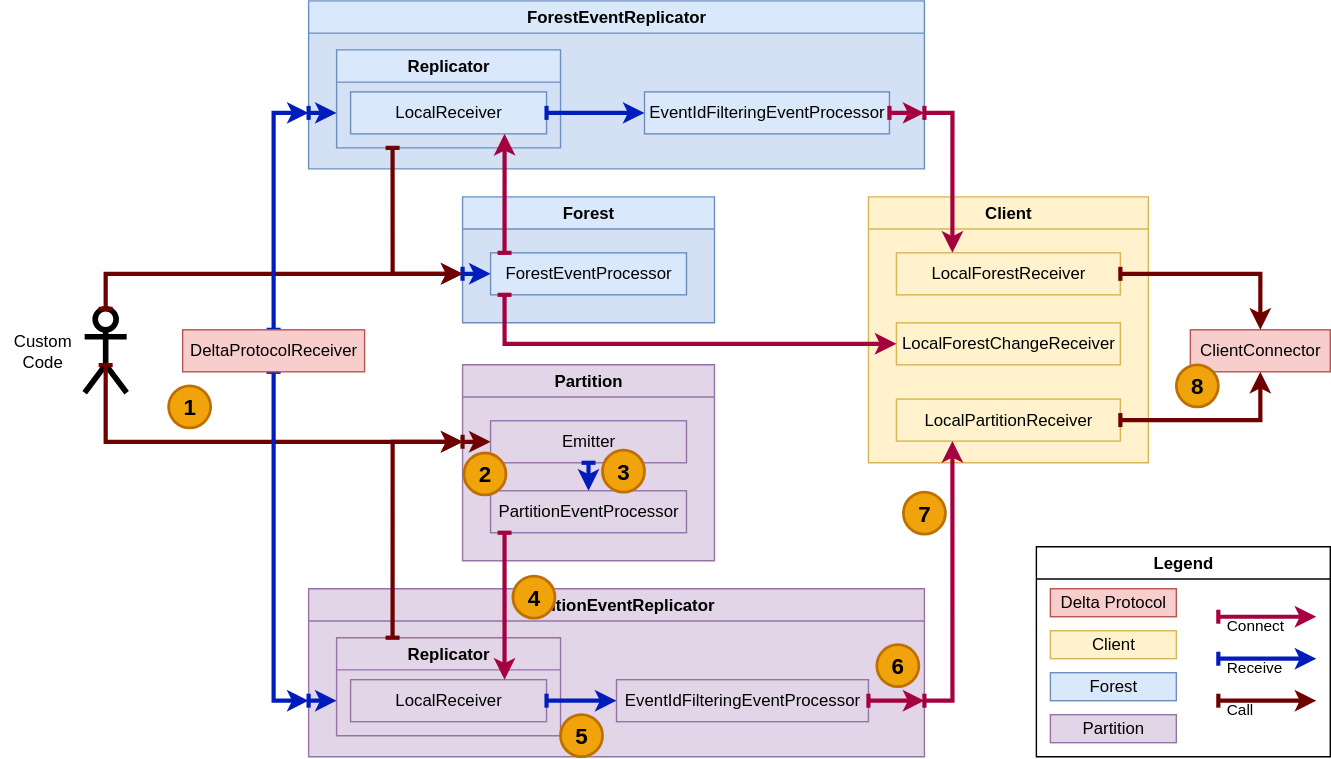
The draw.io diagram docs/processors-localSteps.drawio.svg in LionWeb-io/lionweb-csharp, before a commit. Source tidied: cells renumbered, new cells last; positions are measured from the earlier drawing's top-left corner, leaving out a move shared by most shapes.
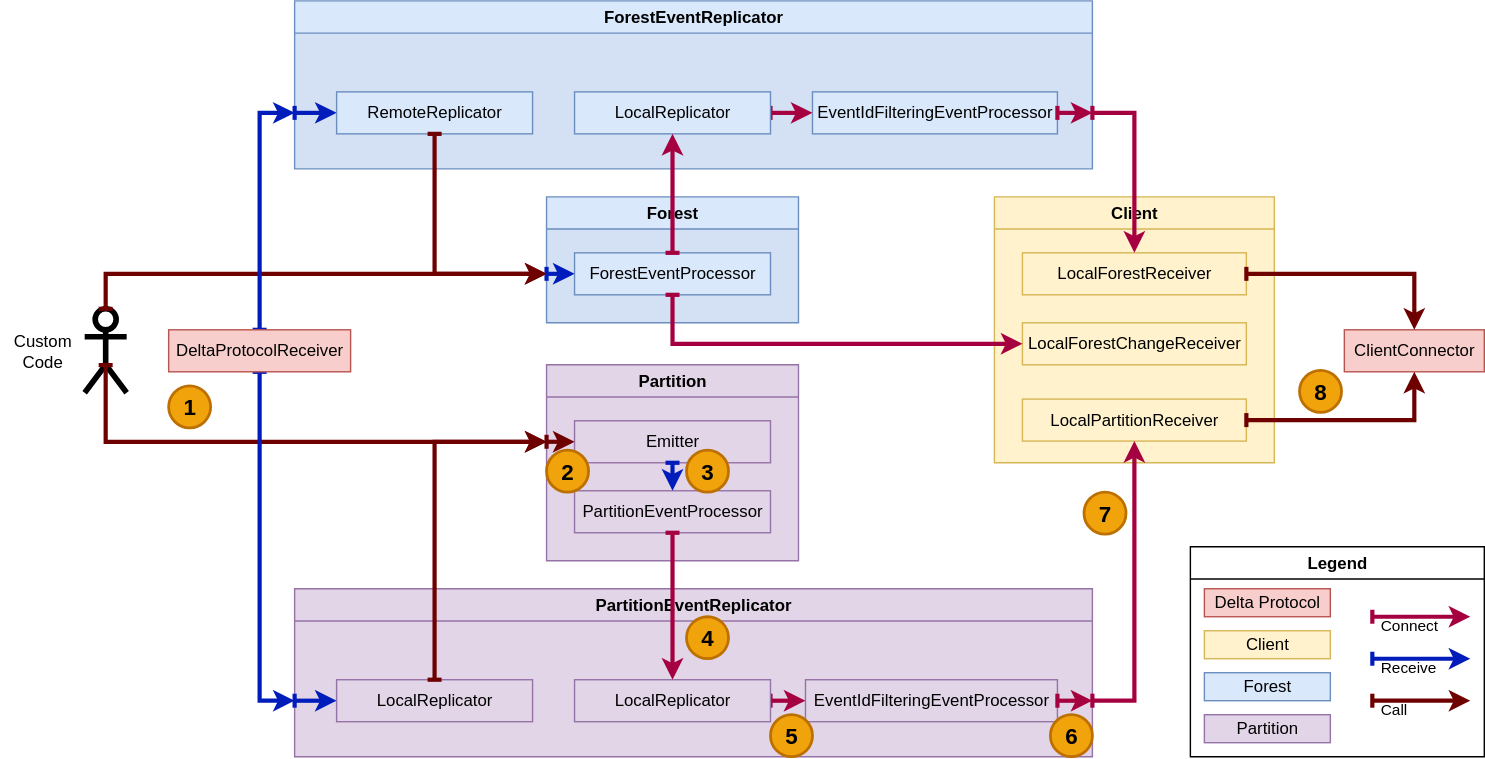
The same file after the commit.

What changed in the source:
```diff
@@ -28,32 +28,27 @@
     <mxCell id="7" value="&lt;div&gt;DeltaProtocolReceiver&lt;/div&gt;" style="rounded=0;whiteSpace=wrap;html=1;fillColor=#f8cecc;strokeColor=#b85450;" parent="1" vertex="1">
-      <mxGeometry x="130" y="235" width="130" height="30" as="geometry" />
+      <mxGeometry x="120" y="235" width="130" height="30" as="geometry" />
     </mxCell>
     <mxCell id="8" value="ForestEventReplicator" style="swimlane;whiteSpace=wrap;html=1;points=[[0,0,0,0,0],[0,0.25,0,0,0],[0,0.5,0,0,0],[0,1,0,0,-40],[0,1,0,0,0],[0.25,0,0,0,0],[0.25,1,0,0,0],[0.5,0,0,0,0],[0.5,1,0,0,0],[0.75,0,0,0,0],[0.75,1,0,0,0],[1,0,0,0,0],[1,0.25,0,0,0],[1,0.5,0,0,0],[1,1,0,0,-40],[1,1,0,0,0]];fillColor=#dae8fc;strokeColor=#6c8ebf;swimlaneFillColor=#D4E1F5;" parent="1" vertex="1">
-      <mxGeometry x="220" width="440" height="120" as="geometry" />
+      <mxGeometry x="210" width="570" height="120" as="geometry" />
     </mxCell>
-    <mxCell id="9" value="Replicator" style="swimlane;whiteSpace=wrap;html=1;points=[[0,0,0,0,0],[0,0.25,0,0,0],[0,0.5,0,0,0],[0,1,0,0,-25],[0,1,0,0,0],[0,1,0,40,0],[0.25,0,0,0,0],[0.5,0,0,0,0],[0.5,1,0,0,0],[0.75,0,0,0,0],[0.75,1,0,0,0],[1,0,0,0,0],[1,0.25,0,0,0],[1,0.5,0,0,0],[1,0.75,0,0,0],[1,1,0,0,0]];fillColor=#dae8fc;strokeColor=#6c8ebf;gradientColor=none;swimlaneFillColor=#D4E1F5;" parent="8" vertex="1">
-      <mxGeometry x="20" y="35" width="160" height="70" as="geometry" />
-    </mxCell>
-    <mxCell id="10" value="LocalReceiver" style="rounded=0;whiteSpace=wrap;html=1;points=[[0,0,0,0,0],[0,0.25,0,0,0],[0,0.5,0,0,0],[0,0.75,0,0,0],[0,1,0,0,0],[0.25,0,0,0,0],[0.25,1,0,0,0],[0.5,0,0,0,0],[0.5,1,0,0,0],[0.75,0,0,0,0],[1,0,0,0,0],[1,0.25,0,0,0],[1,0.5,0,0,0],[1,0.75,0,0,0],[1,1,0,-30,0],[1,1,0,0,0]];fillColor=#dae8fc;strokeColor=#6c8ebf;" parent="9" vertex="1">
-      <mxGeometry x="10" y="30" width="140" height="30" as="geometry" />
-    </mxCell>
     <mxCell id="11" value="EventIdFilteringEventProcessor" style="rounded=0;whiteSpace=wrap;html=1;fillColor=#dae8fc;strokeColor=#6c8ebf;" parent="8" vertex="1">
-      <mxGeometry x="240" y="65" width="175" height="30" as="geometry" />
+      <mxGeometry x="370" y="65" width="175" height="30" as="geometry" />
     </mxCell>
-    <mxCell id="12" style="edgeStyle=orthogonalEdgeStyle;rounded=0;jettySize=auto;html=1;exitX=0;exitY=1;exitDx=0;exitDy=-40;entryX=0;entryY=1;entryDx=0;entryDy=-25;fillColor=#0050ef;strokeColor=#001DBC;entryPerimeter=0;exitPerimeter=0;strokeWidth=3;startArrow=baseDash;startFill=0;" parent="8" edge="1" source="8" target="9">
+    <mxCell id="12" style="edgeStyle=orthogonalEdgeStyle;rounded=0;jettySize=auto;html=1;exitX=0;exitY=1;exitDx=0;exitDy=-40;entryX=0;entryY=0.5;entryDx=0;entryDy=0;fillColor=#0050ef;strokeColor=#001DBC;entryPerimeter=0;exitPerimeter=0;strokeWidth=3;startArrow=baseDash;startFill=0;" parent="8" edge="1" source="8" target="62">
       <mxGeometry relative="1" as="geometry" />
     </mxCell>
+    <mxCell id="14" style="rounded=0;jettySize=auto;html=1;fillColor=#d80073;strokeColor=#A50040;exitX=1;exitY=0.5;exitDx=0;exitDy=0;strokeWidth=3;startArrow=baseDash;startFill=0;entryX=1;entryY=1;entryDx=0;entryDy=-40;entryPerimeter=0;" parent="8" edge="1" source="11" target="8">
+      <mxGeometry relative="1" as="geometry" />
+    </mxCell>
-    <mxCell id="13" style="edgeStyle=orthogonalEdgeStyle;rounded=0;jettySize=auto;html=1;entryX=0;entryY=0.5;entryDx=0;entryDy=0;fillColor=#0050ef;strokeColor=#001DBC;exitX=1;exitY=0.5;exitDx=0;exitDy=0;strokeWidth=3;startArrow=baseDash;startFill=0;" parent="8" edge="1" source="10" target="11">
+    <mxCell id="13" style="rounded=0;jettySize=auto;html=1;fillColor=#d80073;strokeColor=#A50040;entryX=0;entryY=0.5;entryDx=0;entryDy=0;strokeWidth=3;startArrow=baseDash;startFill=0;exitX=1;exitY=0.5;exitDx=0;exitDy=0;exitPerimeter=0;" parent="8" edge="1" source="10" target="11">
       <mxGeometry relative="1" as="geometry" />
     </mxCell>
-    <mxCell id="14" style="edgeStyle=orthogonalEdgeStyle;rounded=0;jettySize=auto;html=1;fillColor=#d80073;strokeColor=#A50040;exitX=1;exitY=0.5;exitDx=0;exitDy=0;entryX=1;entryY=1;entryDx=0;entryDy=-40;entryPerimeter=0;strokeWidth=3;startArrow=baseDash;startFill=0;" parent="8" edge="1" source="11" target="8">
-      <mxGeometry relative="1" as="geometry">
-        <Array as="points">
-          <mxPoint x="430" y="80" />
-          <mxPoint x="430" y="80" />
-        </Array>
-      </mxGeometry>
-    </mxCell>
+    <mxCell id="10" value="LocalReplicator" style="rounded=0;whiteSpace=wrap;html=1;points=[[0,0,0,0,0],[0,0.25,0,0,0],[0,0.5,0,0,0],[0,0.75,0,0,0],[0,1,0,0,0],[0.25,0,0,0,0],[0.25,1,0,0,0],[0.5,0,0,0,0],[0.5,1,0,0,0],[0.75,0,0,0,0],[1,0,0,0,0],[1,0.25,0,0,0],[1,0.5,0,0,0],[1,0.75,0,0,0],[1,1,0,-30,0],[1,1,0,0,0]];fillColor=#dae8fc;strokeColor=#6c8ebf;" parent="8" vertex="1">
+      <mxGeometry x="200" y="65" width="140" height="30" as="geometry" />
+    </mxCell>
+    <mxCell id="62" value="RemoteReplicator" style="rounded=0;whiteSpace=wrap;html=1;points=[[0,0,0,0,0],[0,0.25,0,0,0],[0,0.5,0,0,0],[0,0.75,0,0,0],[0,1,0,0,0],[0.25,0,0,0,0],[0.25,1,0,0,0],[0.5,0,0,0,0],[0.5,1,0,0,0],[0.75,0,0,0,0],[1,0,0,0,0],[1,0.25,0,0,0],[1,0.5,0,0,0],[1,0.75,0,0,0],[1,1,0,-30,0],[1,1,0,0,0]];fillColor=#dae8fc;strokeColor=#6c8ebf;" parent="8" vertex="1">
+      <mxGeometry x="30" y="65" width="140" height="30" as="geometry" />
+    </mxCell>
     <mxCell id="15" value="Forest" style="swimlane;whiteSpace=wrap;html=1;points=[[0,0,0,0,0],[0,0.25,0,0,0],[0,0.5,0,0,0],[0,1,0,0,-35],[0,1,0,0,0],[0.25,0,0,0,0],[0.25,1,0,0,0],[0.5,0,0,0,0],[0.5,1,0,0,0],[0.75,0,0,0,0],[0.75,1,0,0,0],[1,0,0,0,0],[1,0.25,0,0,0],[1,0.5,0,0,0],[1,0.75,0,0,0],[1,1,0,0,0]];fillColor=#dae8fc;strokeColor=#6c8ebf;swimlaneFillColor=#D4E1F5;" parent="1" vertex="1">
-      <mxGeometry x="330" y="140" width="180" height="90" as="geometry" />
+      <mxGeometry x="390" y="140" width="180" height="90" as="geometry" />
     </mxCell>
@@ -71,35 +66,24 @@
     <mxCell id="18" value="PartitionEventReplicator" style="swimlane;whiteSpace=wrap;html=1;points=[[0,0,0,0,0],[0,0.25,0,0,0],[0,0.5,0,0,0],[0,1,0,0,-40],[0,1,0,0,0],[0.25,0,0,0,0],[0.25,1,0,0,0],[0.5,0,0,0,0],[0.5,1,0,0,0],[0.75,0,0,0,0],[0.75,1,0,0,0],[1,0,0,0,0],[1,0.25,0,0,0],[1,0.5,0,0,0],[1,1,0,0,-40],[1,1,0,0,0]];fillColor=#e1d5e7;strokeColor=#9673a6;swimlaneFillColor=#E1D5E7;" parent="1" vertex="1">
-      <mxGeometry x="220" y="420" width="440" height="120" as="geometry" />
+      <mxGeometry x="210" y="420" width="570" height="120" as="geometry" />
     </mxCell>
-    <mxCell id="19" value="Replicator" style="swimlane;whiteSpace=wrap;html=1;points=[[0,0,0,0,0],[0,0.25,0,0,0],[0,0.5,0,0,0],[0,1,0,0,-25],[0,1,0,0,0],[0.25,0,0,0,0],[0.25,1,0,0,0],[0.5,0,0,0,0],[0.5,1,0,0,0],[0.75,0,0,0,0],[0.75,1,0,0,0],[1,0,0,0,0],[1,0.25,0,0,0],[1,0.5,0,0,0],[1,0.75,0,0,0],[1,1,0,0,0]];fillColor=#e1d5e7;strokeColor=#9673a6;swimlaneFillColor=#E1D5E7;" parent="18" vertex="1">
-      <mxGeometry x="20" y="35" width="160" height="70" as="geometry" />
-    </mxCell>
-    <mxCell id="20" value="LocalReceiver" style="rounded=0;whiteSpace=wrap;html=1;points=[[0,0,0,0,0],[0,0.25,0,0,0],[0,0.5,0,0,0],[0,0.75,0,0,0],[0,1,0,0,0],[0.25,0,0,0,0],[0.25,1,0,0,0],[0.5,0,0,0,0],[0.5,1,0,0,0],[0.75,1,0,0,0],[1,0,0,-30,0],[1,0,0,0,0],[1,0.25,0,0,0],[1,0.5,0,0,0],[1,0.75,0,0,0],[1,1,0,0,0]];fillColor=#e1d5e7;strokeColor=#9673a6;" parent="19" vertex="1">
-      <mxGeometry x="10" y="30" width="140" height="30" as="geometry" />
-    </mxCell>
     <mxCell id="21" value="EventIdFilteringEventProcessor" style="rounded=0;whiteSpace=wrap;html=1;fillColor=#e1d5e7;strokeColor=#9673a6;" parent="18" vertex="1">
-      <mxGeometry x="220" y="65" width="180" height="30" as="geometry" />
+      <mxGeometry x="365" y="65" width="180" height="30" as="geometry" />
     </mxCell>
-    <mxCell id="22" style="edgeStyle=orthogonalEdgeStyle;rounded=0;jettySize=auto;html=1;exitX=0;exitY=1;exitDx=0;exitDy=-40;entryX=0;entryY=1;entryDx=0;entryDy=-25;fillColor=#0050ef;strokeColor=#001DBC;exitPerimeter=0;entryPerimeter=0;strokeWidth=3;startArrow=baseDash;startFill=0;" parent="18" edge="1" source="18" target="19">
-      <mxGeometry relative="1" as="geometry">
-        <Array as="points">
-          <mxPoint x="10" y="80" />
-          <mxPoint x="10" y="80" />
-        </Array>
-      </mxGeometry>
+    <mxCell id="22" style="edgeStyle=orthogonalEdgeStyle;rounded=0;jettySize=auto;html=1;exitX=0;exitY=1;exitDx=0;exitDy=-40;entryX=0;entryY=0.5;entryDx=0;entryDy=0;fillColor=#0050ef;strokeColor=#001DBC;exitPerimeter=0;entryPerimeter=0;strokeWidth=3;startArrow=baseDash;startFill=0;" parent="18" edge="1" source="18" target="63">
+      <mxGeometry relative="1" as="geometry" />
     </mxCell>
+    <mxCell id="24" style="rounded=0;jettySize=auto;html=1;fillColor=#d80073;strokeColor=#A50040;exitX=1;exitY=0.5;exitDx=0;exitDy=0;strokeWidth=3;startArrow=baseDash;startFill=0;entryX=1;entryY=1;entryDx=0;entryDy=-40;entryPerimeter=0;" parent="18" edge="1" source="21" target="18">
+      <mxGeometry relative="1" as="geometry" />
+    </mxCell>
-    <mxCell id="23" style="edgeStyle=orthogonalEdgeStyle;rounded=0;jettySize=auto;html=1;entryX=0;entryY=0.5;entryDx=0;entryDy=0;fillColor=#0050ef;strokeColor=#001DBC;exitX=1;exitY=0.5;exitDx=0;exitDy=0;strokeWidth=3;startArrow=baseDash;startFill=0;" parent="18" edge="1" source="20" target="21">
+    <mxCell id="23" style="rounded=0;jettySize=auto;html=1;fillColor=#d80073;strokeColor=#A50040;exitX=1;exitY=0.5;exitDx=0;exitDy=0;strokeWidth=3;startArrow=baseDash;startFill=0;exitPerimeter=0;entryX=0;entryY=0.5;entryDx=0;entryDy=0;" parent="18" edge="1" source="20" target="21">
       <mxGeometry relative="1" as="geometry" />
     </mxCell>
-    <mxCell id="24" style="edgeStyle=orthogonalEdgeStyle;rounded=0;jettySize=auto;html=1;fillColor=#d80073;strokeColor=#A50040;exitX=1;exitY=0.5;exitDx=0;exitDy=0;strokeWidth=3;startArrow=baseDash;startFill=0;" parent="18" edge="1" source="21">
-      <mxGeometry relative="1" as="geometry">
-        <mxPoint x="440" y="80" as="targetPoint" />
-        <Array as="points">
-          <mxPoint x="430" y="80" />
-          <mxPoint x="430" y="80" />
-        </Array>
-      </mxGeometry>
-    </mxCell>
+    <mxCell id="20" value="LocalReplicator" style="rounded=0;whiteSpace=wrap;html=1;points=[[0,0,0,0,0],[0,0.25,0,0,0],[0,0.5,0,0,0],[0,0.75,0,0,0],[0,1,0,0,0],[0.25,0,0,0,0],[0.25,1,0,0,0],[0.5,0,0,0,0],[0.5,1,0,0,0],[0.75,1,0,0,0],[1,0,0,-30,0],[1,0,0,0,0],[1,0.25,0,0,0],[1,0.5,0,0,0],[1,0.75,0,0,0],[1,1,0,0,0]];fillColor=#e1d5e7;strokeColor=#9673a6;" parent="18" vertex="1">
+      <mxGeometry x="200" y="65" width="140" height="30" as="geometry" />
+    </mxCell>
+    <mxCell id="63" value="LocalReplicator" style="rounded=0;whiteSpace=wrap;html=1;points=[[0,0,0,0,0],[0,0.25,0,0,0],[0,0.5,0,0,0],[0,0.75,0,0,0],[0,1,0,0,0],[0.25,0,0,0,0],[0.25,1,0,0,0],[0.5,0,0,0,0],[0.5,1,0,0,0],[0.75,1,0,0,0],[1,0,0,-30,0],[1,0,0,0,0],[1,0.25,0,0,0],[1,0.5,0,0,0],[1,0.75,0,0,0],[1,1,0,0,0]];fillColor=#e1d5e7;strokeColor=#9673a6;" parent="18" vertex="1">
+      <mxGeometry x="30" y="65" width="140" height="30" as="geometry" />
+    </mxCell>
     <mxCell id="25" value="Partition" style="swimlane;whiteSpace=wrap;html=1;points=[[0,0,0,0,0],[0,0,0,0,55],[0,0.5,0,0,0],[0,0.75,0,0,0],[0,1,0,0,0],[0.25,0,0,0,0],[0.25,1,0,0,0],[0.5,0,0,0,0],[0.5,1,0,0,0],[0.75,0,0,0,0],[0.75,1,0,0,0],[1,0,0,0,0],[1,0.25,0,0,0],[1,0.5,0,0,0],[1,0.75,0,0,0],[1,1,0,0,0]];fillColor=#e1d5e7;strokeColor=#9673a6;swimlaneFillColor=#E1D5E7;" parent="1" vertex="1">
-      <mxGeometry x="330" y="260" width="180" height="140" as="geometry" />
+      <mxGeometry x="390" y="260" width="180" height="140" as="geometry" />
     </mxCell>
@@ -122,6 +106,6 @@
     </mxCell>
-    <mxCell id="30" style="edgeStyle=orthogonalEdgeStyle;rounded=0;jettySize=auto;html=1;exitX=0.25;exitY=0;exitDx=0;exitDy=0;fillColor=#a20025;strokeColor=#6F0000;entryX=0;entryY=0;entryDx=0;entryDy=55;entryPerimeter=0;strokeWidth=3;startArrow=baseDash;startFill=0;" parent="1" edge="1" source="19" target="25">
+    <mxCell id="30" style="edgeStyle=orthogonalEdgeStyle;rounded=0;jettySize=auto;html=1;exitX=0.5;exitY=0;exitDx=0;exitDy=0;fillColor=#a20025;strokeColor=#6F0000;entryX=0;entryY=0;entryDx=0;entryDy=55;entryPerimeter=0;strokeWidth=3;startArrow=baseDash;startFill=0;exitPerimeter=0;" parent="1" edge="1" source="63" target="25">
       <mxGeometry relative="1" as="geometry">
         <Array as="points">
-          <mxPoint x="280" y="315" />
+          <mxPoint x="310" y="315" />
         </Array>
@@ -129,18 +113,13 @@
     </mxCell>
-    <mxCell id="31" style="edgeStyle=orthogonalEdgeStyle;rounded=0;jettySize=auto;html=1;fillColor=#d80073;strokeColor=#A50040;exitX=0;exitY=1;exitDx=10;exitDy=0;exitPerimeter=0;entryX=1;entryY=0;entryDx=-30;entryDy=0;entryPerimeter=0;strokeWidth=3;startArrow=baseDash;startFill=0;" parent="1" edge="1" source="27" target="20">
+    <mxCell id="31" style="edgeStyle=orthogonalEdgeStyle;rounded=0;jettySize=auto;html=1;fillColor=#d80073;strokeColor=#A50040;exitX=0.5;exitY=1;exitDx=0;exitDy=0;exitPerimeter=0;entryX=0.5;entryY=0;entryDx=0;entryDy=0;entryPerimeter=0;strokeWidth=3;startArrow=baseDash;startFill=0;" parent="1" edge="1" source="27" target="20">
       <mxGeometry relative="1" as="geometry" />
     </mxCell>
-    <mxCell id="32" style="edgeStyle=orthogonalEdgeStyle;rounded=0;jettySize=auto;html=1;exitX=0;exitY=1;exitDx=40;exitDy=0;fillColor=#a20025;strokeColor=#6F0000;entryX=0;entryY=1;entryDx=0;entryDy=-35;entryPerimeter=0;exitPerimeter=0;strokeWidth=3;startArrow=baseDash;startFill=0;" parent="1" edge="1" source="9" target="15">
+    <mxCell id="32" style="edgeStyle=orthogonalEdgeStyle;rounded=0;jettySize=auto;html=1;exitX=0.5;exitY=1;exitDx=0;exitDy=0;fillColor=#a20025;strokeColor=#6F0000;entryX=0;entryY=1;entryDx=0;entryDy=-35;entryPerimeter=0;exitPerimeter=0;strokeWidth=3;startArrow=baseDash;startFill=0;" parent="1" edge="1" source="62" target="15">
       <mxGeometry relative="1" as="geometry" />
     </mxCell>
-    <mxCell id="33" style="edgeStyle=orthogonalEdgeStyle;rounded=0;jettySize=auto;html=1;fillColor=#d80073;strokeColor=#A50040;exitX=0;exitY=0;exitDx=10;exitDy=0;exitPerimeter=0;entryX=1;entryY=1;entryDx=-30;entryDy=0;entryPerimeter=0;strokeWidth=3;startArrow=baseDash;startFill=0;" parent="1" edge="1" source="16" target="10">
-      <mxGeometry relative="1" as="geometry">
-        <Array as="points">
-          <mxPoint x="360" y="110" />
-          <mxPoint x="360" y="110" />
-        </Array>
-      </mxGeometry>
+    <mxCell id="33" style="rounded=0;jettySize=auto;html=1;fillColor=#d80073;strokeColor=#A50040;exitX=0.5;exitY=0;exitDx=0;exitDy=0;exitPerimeter=0;entryX=0.5;entryY=1;entryDx=0;entryDy=0;entryPerimeter=0;strokeWidth=3;startArrow=baseDash;startFill=0;" parent="1" edge="1" source="16" target="10">
+      <mxGeometry relative="1" as="geometry" />
     </mxCell>
     <mxCell id="34" value="Client" style="swimlane;whiteSpace=wrap;html=1;fillColor=#fff2cc;strokeColor=#d6b656;swimlaneFillColor=#FFF2CC;" parent="1" vertex="1">
-      <mxGeometry x="620" y="140" width="200" height="190" as="geometry" />
+      <mxGeometry x="710" y="140" width="200" height="190" as="geometry" />
     </mxCell>
@@ -155,6 +134,6 @@
     </mxCell>
-    <mxCell id="38" style="edgeStyle=orthogonalEdgeStyle;rounded=0;jettySize=auto;html=1;fillColor=#d80073;strokeColor=#A50040;exitX=1;exitY=1;exitDx=0;exitDy=-40;entryX=0.25;entryY=0;entryDx=0;entryDy=0;exitPerimeter=0;strokeWidth=3;startArrow=baseDash;startFill=0;" parent="1" edge="1" source="8" target="35">
+    <mxCell id="38" style="edgeStyle=orthogonalEdgeStyle;rounded=0;jettySize=auto;html=1;fillColor=#d80073;strokeColor=#A50040;exitX=1;exitY=1;exitDx=0;exitDy=-40;entryX=0.5;entryY=0;entryDx=0;entryDy=0;exitPerimeter=0;strokeWidth=3;startArrow=baseDash;startFill=0;" parent="1" edge="1" source="8" target="35">
       <mxGeometry relative="1" as="geometry">
         <Array as="points">
-          <mxPoint x="680" y="80" />
+          <mxPoint x="810" y="80" />
         </Array>
@@ -162,6 +141,6 @@
     </mxCell>
-    <mxCell id="39" style="edgeStyle=orthogonalEdgeStyle;rounded=0;jettySize=auto;html=1;fillColor=#d80073;strokeColor=#A50040;exitX=1;exitY=1;exitDx=0;exitDy=-40;entryX=0.25;entryY=1;entryDx=0;entryDy=0;exitPerimeter=0;strokeWidth=3;startArrow=baseDash;startFill=0;" parent="1" edge="1" source="18" target="37">
+    <mxCell id="39" style="edgeStyle=orthogonalEdgeStyle;rounded=0;jettySize=auto;html=1;fillColor=#d80073;strokeColor=#A50040;exitX=1;exitY=1;exitDx=0;exitDy=-40;entryX=0.5;entryY=1;entryDx=0;entryDy=0;exitPerimeter=0;strokeWidth=3;startArrow=baseDash;startFill=0;" parent="1" edge="1" source="18" target="37">
       <mxGeometry relative="1" as="geometry">
         <Array as="points">
-          <mxPoint x="680" y="500" />
+          <mxPoint x="810" y="500" />
         </Array>
@@ -169,6 +148,6 @@
     </mxCell>
-    <mxCell id="40" style="edgeStyle=orthogonalEdgeStyle;rounded=0;jettySize=auto;html=1;fillColor=#d80073;strokeColor=#A50040;exitX=0;exitY=1;exitDx=10;exitDy=0;entryX=0;entryY=0.5;entryDx=0;entryDy=0;exitPerimeter=0;strokeWidth=3;startArrow=baseDash;startFill=0;" parent="1" edge="1" source="16" target="36">
+    <mxCell id="40" style="edgeStyle=orthogonalEdgeStyle;rounded=0;jettySize=auto;html=1;fillColor=#d80073;strokeColor=#A50040;exitX=0.5;exitY=1;exitDx=0;exitDy=0;entryX=0;entryY=0.5;entryDx=0;entryDy=0;exitPerimeter=0;strokeWidth=3;startArrow=baseDash;startFill=0;" parent="1" edge="1" source="16" target="36">
       <mxGeometry relative="1" as="geometry">
         <Array as="points">
-          <mxPoint x="360" y="245" />
+          <mxPoint x="480" y="245" />
         </Array>
@@ -177,3 +156,3 @@
     <mxCell id="41" value="ClientConnector" style="rounded=0;whiteSpace=wrap;html=1;fillColor=#f8cecc;strokeColor=#b85450;" parent="1" vertex="1">
-      <mxGeometry x="850" y="235" width="100" height="30" as="geometry" />
+      <mxGeometry x="960" y="235" width="100" height="30" as="geometry" />
     </mxCell>
@@ -182,3 +161,3 @@
         <Array as="points">
-          <mxPoint x="900" y="195" />
+          <mxPoint x="1010" y="195" />
         </Array>
@@ -189,3 +168,3 @@
         <Array as="points">
-          <mxPoint x="900" y="300" />
+          <mxPoint x="1010" y="300" />
         </Array>
@@ -194,3 +173,3 @@
     <mxCell id="44" value="Legend" style="swimlane;whiteSpace=wrap;html=1;" parent="1" vertex="1">
-      <mxGeometry x="740" y="390" width="210" height="150" as="geometry" />
+      <mxGeometry x="850" y="390" width="210" height="150" as="geometry" />
     </mxCell>
@@ -231,6 +210,6 @@
     <mxCell id="54" value="2" style="ellipse;whiteSpace=wrap;html=1;fontStyle=1;fillColor=#f0a30a;fontColor=#000000;strokeColor=#BD7000;fontSize=16;strokeWidth=2;" parent="53" vertex="1">
-      <mxGeometry x="331" y="323" width="30" height="30" as="geometry" />
+      <mxGeometry x="390" y="321" width="30" height="30" as="geometry" />
     </mxCell>
     <mxCell id="55" value="3" style="ellipse;whiteSpace=wrap;html=1;fontStyle=1;fillColor=#f0a30a;fontColor=#000000;strokeColor=#BD7000;fontSize=16;strokeWidth=2;" parent="53" vertex="1">
-      <mxGeometry x="430" y="321" width="30" height="30" as="geometry" />
+      <mxGeometry x="490" y="321" width="30" height="30" as="geometry" />
     </mxCell>
@@ -240,15 +219,15 @@
     <mxCell id="57" value="5" style="ellipse;whiteSpace=wrap;html=1;fontStyle=1;fillColor=#f0a30a;fontColor=#000000;strokeColor=#BD7000;fontSize=16;strokeWidth=2;" parent="53" vertex="1">
-      <mxGeometry x="400" y="510" width="30" height="30" as="geometry" />
+      <mxGeometry x="550" y="510" width="30" height="30" as="geometry" />
     </mxCell>
     <mxCell id="58" value="6" style="ellipse;whiteSpace=wrap;html=1;fontStyle=1;fillColor=#f0a30a;fontColor=#000000;strokeColor=#BD7000;fontSize=16;strokeWidth=2;" parent="53" vertex="1">
-      <mxGeometry x="626" y="460" width="30" height="30" as="geometry" />
+      <mxGeometry x="750" y="510" width="30" height="30" as="geometry" />
     </mxCell>
     <mxCell id="59" value="7" style="ellipse;whiteSpace=wrap;html=1;fontStyle=1;fillColor=#f0a30a;fontColor=#000000;strokeColor=#BD7000;fontSize=16;strokeWidth=2;" parent="53" vertex="1">
-      <mxGeometry x="645" y="351" width="30" height="30" as="geometry" />
+      <mxGeometry x="774" y="351" width="30" height="30" as="geometry" />
     </mxCell>
     <mxCell id="60" value="8" style="ellipse;whiteSpace=wrap;html=1;fontStyle=1;fillColor=#f0a30a;fontColor=#000000;strokeColor=#BD7000;fontSize=16;strokeWidth=2;" parent="53" vertex="1">
-      <mxGeometry x="840" y="260" width="30" height="30" as="geometry" />
+      <mxGeometry x="928" y="264" width="30" height="30" as="geometry" />
     </mxCell>
     <mxCell id="61" value="4" style="ellipse;whiteSpace=wrap;html=1;fontStyle=1;fillColor=#f0a30a;fontColor=#000000;strokeColor=#BD7000;fontSize=16;strokeWidth=2;" parent="53" vertex="1">
-      <mxGeometry x="366" y="411" width="30" height="30" as="geometry" />
+      <mxGeometry x="490" y="440" width="30" height="30" as="geometry" />
     </mxCell>
```
